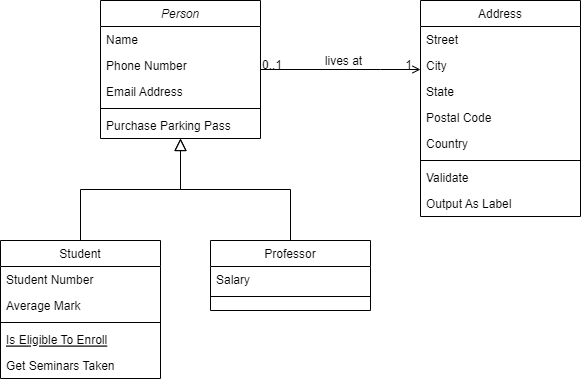
Before: Homeworks/Object_Oriented_Programming/diagram.png, a diagram exported from draw.io (ErdiPeker/Patika-Courses). Source tidied: cells renumbered, new cells last; positions are measured from the earlier drawing's top-left corner, leaving out a move shared by most shapes.
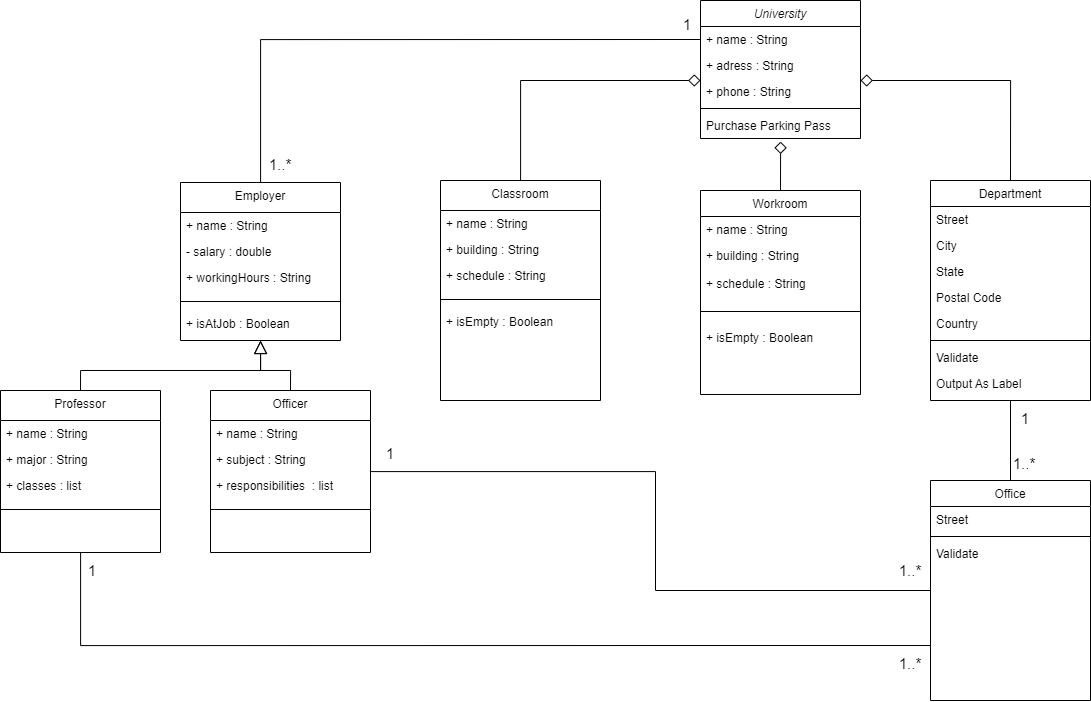
After the commit.

What changed in the source:
```diff
@@ -2,16 +2,16 @@
   <root>
     <mxCell id="0" />
     <mxCell id="1" parent="0" />
-    <mxCell id="2" value="Person" style="swimlane;fontStyle=2;align=center;verticalAlign=top;horizontal=1;startSize=26;swimlaneFillColor=#ffffff;rounded=0;shadow=0;strokeWidth=1;" parent="1" vertex="1">
-      <mxGeometry x="100" width="160" height="138" as="geometry" />
+    <mxCell id="2" value="University" style="swimlane;fontStyle=2;align=center;verticalAlign=top;horizontal=1;startSize=26;swimlaneFillColor=#ffffff;rounded=0;shadow=0;strokeWidth=1;" parent="1" vertex="1">
+      <mxGeometry x="60" y="-110" width="160" height="138" as="geometry" />
     </mxCell>
-    <mxCell id="3" value="Name" style="text;strokeColor=none;fillColor=none;align=left;verticalAlign=top;spacingLeft=4;spacingRight=4;overflow=hidden;points=[[0,0.5],[1,0.5]];portConstraint=eastwest;" parent="2" vertex="1">
+    <mxCell id="3" value="+ name : String" style="text;strokeColor=none;fillColor=none;align=left;verticalAlign=top;spacingLeft=4;spacingRight=4;overflow=hidden;points=[[0,0.5],[1,0.5]];portConstraint=eastwest;" parent="2" vertex="1">
       <mxGeometry y="26" width="160" height="26" as="geometry" />
     </mxCell>
-    <mxCell id="4" value="Phone Number" style="text;strokeColor=none;fillColor=none;align=left;verticalAlign=top;spacingLeft=4;spacingRight=4;overflow=hidden;rounded=0;shadow=0;html=0;" parent="2" vertex="1">
+    <mxCell id="4" value="+ adress : String&#10;" style="text;strokeColor=none;fillColor=none;align=left;verticalAlign=top;spacingLeft=4;spacingRight=4;overflow=hidden;rounded=0;shadow=0;html=0;" parent="2" vertex="1">
       <mxGeometry y="52" width="160" height="26" as="geometry" />
     </mxCell>
-    <mxCell id="5" value="Email Address" style="text;strokeColor=none;fillColor=none;align=left;verticalAlign=top;spacingLeft=4;spacingRight=4;overflow=hidden;points=[[0,0.5],[1,0.5]];portConstraint=eastwest;rounded=0;shadow=0;html=0;" parent="2" vertex="1">
+    <mxCell id="5" value="+ phone : String" style="text;strokeColor=none;fillColor=none;align=left;verticalAlign=top;spacingLeft=4;spacingRight=4;overflow=hidden;points=[[0,0.5],[1,0.5]];portConstraint=eastwest;rounded=0;shadow=0;html=0;" parent="2" vertex="1">
       <mxGeometry y="78" width="160" height="26" as="geometry" />
     </mxCell>
     <mxCell id="6" style="line;html=1;strokeWidth=1;fillColor=none;align=left;verticalAlign=middle;spacingTop=-1;spacingLeft=3;spacingRight=3;labelPosition=right;" parent="2" vertex="1">
@@ -20,46 +20,65 @@
     <mxCell id="7" value="Purchase Parking Pass" style="text;strokeColor=none;fillColor=none;align=left;verticalAlign=top;spacingLeft=4;spacingRight=4;overflow=hidden;" parent="2" vertex="1">
       <mxGeometry y="112" width="160" height="26" as="geometry" />
     </mxCell>
+    <mxCell id="32" style="edgeStyle=orthogonalEdgeStyle;rounded=0;jettySize=auto;html=1;endArrow=diamond;endFill=0;endSize=10;" parent="1" edge="1" source="8" target="5">
+      <mxGeometry relative="1" as="geometry">
+        <Array as="points">
+          <mxPoint x="-120" y="-30" />
+        </Array>
+      </mxGeometry>
+    </mxCell>
-    <mxCell id="8" value="Student" style="swimlane;fontStyle=0;align=center;verticalAlign=top;horizontal=1;startSize=26;swimlaneFillColor=#ffffff;rounded=0;shadow=0;strokeWidth=1;" parent="1" vertex="1">
-      <mxGeometry y="240" width="160" height="138" as="geometry" />
+    <mxCell id="8" value="Classroom" style="swimlane;fontStyle=0;align=center;verticalAlign=top;horizontal=1;startSize=30;swimlaneFillColor=#ffffff;rounded=0;shadow=0;strokeWidth=1;" parent="1" vertex="1">
+      <mxGeometry x="-200" y="70" width="160" height="220" as="geometry" />
     </mxCell>
-    <mxCell id="9" value="Student Number" style="text;strokeColor=none;fillColor=none;align=left;verticalAlign=top;spacingLeft=4;spacingRight=4;overflow=hidden;" parent="8" vertex="1">
-      <mxGeometry y="26" width="160" height="26" as="geometry" />
+    <mxCell id="9" value="+ name : String" style="text;strokeColor=none;fillColor=none;align=left;verticalAlign=top;spacingLeft=4;spacingRight=4;overflow=hidden;" parent="8" vertex="1">
+      <mxGeometry y="30" width="160" height="26" as="geometry" />
     </mxCell>
-    <mxCell id="10" value="Average Mark" style="text;strokeColor=none;fillColor=none;align=left;verticalAlign=top;spacingLeft=4;spacingRight=4;overflow=hidden;rounded=0;shadow=0;html=0;" parent="8" vertex="1">
-      <mxGeometry y="52" width="160" height="26" as="geometry" />
+    <mxCell id="10" value="+ building : String" style="text;strokeColor=none;fillColor=none;align=left;verticalAlign=top;spacingLeft=4;spacingRight=4;overflow=hidden;rounded=0;shadow=0;html=0;" parent="8" vertex="1">
+      <mxGeometry y="56" width="160" height="26" as="geometry" />
     </mxCell>
+    <mxCell id="33" value="+ schedule : String" style="text;strokeColor=none;fillColor=none;align=left;verticalAlign=top;spacingLeft=4;spacingRight=4;overflow=hidden;rounded=0;shadow=0;html=0;" parent="8" vertex="1">
+      <mxGeometry y="82" width="160" height="28" as="geometry" />
+    </mxCell>
     <mxCell id="11" style="line;html=1;strokeWidth=1;fillColor=none;align=left;verticalAlign=middle;spacingTop=-1;spacingLeft=3;spacingRight=3;labelPosition=right;" parent="8" vertex="1">
-      <mxGeometry y="78" width="160" height="8" as="geometry" />
+      <mxGeometry y="110" width="160" height="18" as="geometry" />
     </mxCell>
-    <mxCell id="12" value="Is Eligible To Enroll" style="text;strokeColor=none;fillColor=none;align=left;verticalAlign=top;spacingLeft=4;spacingRight=4;overflow=hidden;fontStyle=4;" parent="8" vertex="1">
-      <mxGeometry y="86" width="160" height="26" as="geometry" />
-    </mxCell>
-    <mxCell id="13" value="Get Seminars Taken" style="text;strokeColor=none;fillColor=none;align=left;verticalAlign=top;spacingLeft=4;spacingRight=4;overflow=hidden;" parent="8" vertex="1">
-      <mxGeometry y="112" width="160" height="26" as="geometry" />
-    </mxCell>
-    <mxCell id="14" style="endArrow=block;endSize=10;endFill=0;shadow=0;strokeWidth=1;edgeStyle=orthogonalEdgeStyle;rounded=0;" parent="1" edge="1" source="8" target="2">
-      <mxGeometry relative="1" as="geometry">
-        <Array as="points">
-          <mxPoint x="80" y="189" />
-          <mxPoint x="180" y="189" />
-        </Array>
-      </mxGeometry>
-    </mxCell>
+    <mxCell id="34" value="+ isEmpty : Boolean" style="text;strokeColor=none;fillColor=none;align=left;verticalAlign=top;spacingLeft=4;spacingRight=4;overflow=hidden;rounded=0;shadow=0;html=0;" parent="8" vertex="1">
+      <mxGeometry y="128" width="160" height="26" as="geometry" />
+    </mxCell>
-    <mxCell id="15" value="Professor" style="swimlane;fontStyle=0;align=center;verticalAlign=top;horizontal=1;startSize=26;swimlaneFillColor=#ffffff;rounded=0;shadow=0;strokeWidth=1;" parent="1" vertex="1">
-      <mxGeometry x="210" y="240" width="160" height="70" as="geometry" />
+    <mxCell id="15" value="Workroom" style="swimlane;fontStyle=0;align=center;verticalAlign=top;horizontal=1;startSize=26;swimlaneFillColor=#ffffff;rounded=0;shadow=0;strokeWidth=1;" parent="1" vertex="1">
+      <mxGeometry x="60" y="80" width="160" height="204" as="geometry" />
     </mxCell>
-    <mxCell id="16" value="Salary" style="text;strokeColor=none;fillColor=none;align=left;verticalAlign=top;spacingLeft=4;spacingRight=4;overflow=hidden;" parent="15" vertex="1">
+    <mxCell id="16" value="+ name : String" style="text;strokeColor=none;fillColor=none;align=left;verticalAlign=top;spacingLeft=4;spacingRight=4;overflow=hidden;" parent="15" vertex="1">
       <mxGeometry y="26" width="160" height="26" as="geometry" />
     </mxCell>
+    <mxCell id="35" value="+ building : String" style="text;strokeColor=none;fillColor=none;align=left;verticalAlign=top;spacingLeft=4;spacingRight=4;overflow=hidden;" parent="15" vertex="1">
+      <mxGeometry y="52" width="160" height="28" as="geometry" />
+    </mxCell>
+    <mxCell id="36" value="+ schedule : String" style="text;strokeColor=none;fillColor=none;align=left;verticalAlign=top;spacingLeft=4;spacingRight=4;overflow=hidden;rounded=0;shadow=0;html=0;" parent="15" vertex="1">
+      <mxGeometry y="80" width="160" height="28" as="geometry" />
+    </mxCell>
     <mxCell id="17" style="line;html=1;strokeWidth=1;fillColor=none;align=left;verticalAlign=middle;spacingTop=-1;spacingLeft=3;spacingRight=3;labelPosition=right;" parent="15" vertex="1">
-      <mxGeometry y="52" width="160" height="8" as="geometry" />
+      <mxGeometry y="108" width="160" height="26" as="geometry" />
     </mxCell>
+    <mxCell id="37" value="+ isEmpty : Boolean" style="text;strokeColor=none;fillColor=none;align=left;verticalAlign=top;spacingLeft=4;spacingRight=4;overflow=hidden;rounded=0;shadow=0;html=0;" parent="15" vertex="1">
+      <mxGeometry y="134" width="160" height="26" as="geometry" />
+    </mxCell>
-    <mxCell id="18" style="endArrow=block;endSize=10;endFill=0;shadow=0;strokeWidth=1;edgeStyle=orthogonalEdgeStyle;rounded=0;" parent="1" edge="1" source="15" target="2">
-      <mxGeometry relative="1" as="geometry" />
+    <mxCell id="18" style="endArrow=diamond;endSize=10;endFill=0;shadow=0;strokeWidth=1;edgeStyle=orthogonalEdgeStyle;rounded=0;exitX=0.5;exitY=0;exitDx=0;exitDy=0;" parent="1" edge="1" source="15">
+      <mxGeometry relative="1" as="geometry">
+        <mxPoint x="140" y="30" as="targetPoint" />
+        <Array as="points">
+          <mxPoint x="140" y="31" />
+        </Array>
+      </mxGeometry>
     </mxCell>
+    <mxCell id="38" style="edgeStyle=orthogonalEdgeStyle;rounded=0;jettySize=auto;html=1;exitX=0.5;exitY=0;exitDx=0;exitDy=0;endArrow=diamond;endFill=0;endSize=10;entryX=1;entryY=0.077;entryDx=0;entryDy=0;entryPerimeter=0;" parent="1" edge="1" source="19" target="5">
+      <mxGeometry relative="1" as="geometry" />
+    </mxCell>
+    <mxCell id="39" style="edgeStyle=orthogonalEdgeStyle;rounded=0;jettySize=auto;html=1;endArrow=none;endFill=0;endSize=10;strokeColor=default;" parent="1" edge="1" source="19" target="40">
+      <mxGeometry relative="1" as="geometry" />
+    </mxCell>
-    <mxCell id="19" value="Address" style="swimlane;fontStyle=0;align=center;verticalAlign=top;horizontal=1;startSize=26;swimlaneFillColor=#ffffff;rounded=0;shadow=0;strokeWidth=1;" parent="1" vertex="1">
-      <mxGeometry x="420" width="160" height="216" as="geometry" />
+    <mxCell id="19" value="Department" style="swimlane;fontStyle=0;align=center;verticalAlign=top;horizontal=1;startSize=26;swimlaneFillColor=#ffffff;rounded=0;shadow=0;strokeWidth=1;" parent="1" vertex="1">
+      <mxGeometry x="290" y="70" width="160" height="220" as="geometry" />
     </mxCell>
     <mxCell id="20" value="Street" style="text;strokeColor=none;fillColor=none;align=left;verticalAlign=top;spacingLeft=4;spacingRight=4;overflow=hidden;" parent="19" vertex="1">
       <mxGeometry y="26" width="160" height="26" as="geometry" />
@@ -85,31 +104,119 @@
     <mxCell id="27" value="Output As Label" style="text;strokeColor=none;fillColor=none;align=left;verticalAlign=top;spacingLeft=4;spacingRight=4;overflow=hidden;" parent="19" vertex="1">
       <mxGeometry y="190" width="160" height="26" as="geometry" />
     </mxCell>
-    <mxCell id="28" style="endArrow=open;edgeStyle=orthogonalEdgeStyle;shadow=0;strokeWidth=1;strokeColor=#000000;rounded=0;endFill=1;" parent="1" edge="1">
-      <mxGeometry x="0.5" y="41" relative="1" as="geometry">
-        <mxPoint x="260" y="69" as="sourcePoint" />
-        <mxPoint x="420" y="69" as="targetPoint" />
-        <Array as="points">
-          <mxPoint x="380" y="69" />
-          <mxPoint x="380" y="69" />
-        </Array>
-        <mxPoint x="-40" y="32" as="offset" />
-      </mxGeometry>
-    </mxCell>
-    <mxCell id="29" value="0..1" style="align=left;verticalAlign=bottom;labelBackgroundColor=none;fontSize=12;" parent="28" vertex="1">
-      <mxGeometry x="-1" relative="1" as="geometry">
-        <mxPoint y="4" as="offset" />
-      </mxGeometry>
-    </mxCell>
-    <mxCell id="30" value="1" style="align=right;verticalAlign=bottom;labelBackgroundColor=none;fontSize=12;" parent="28" vertex="1">
-      <mxGeometry x="1" relative="1" as="geometry">
-        <mxPoint x="-7" y="4" as="offset" />
-      </mxGeometry>
-    </mxCell>
-    <mxCell id="31" value="lives at" style="text;html=1;align=center;verticalAlign=middle;labelBackgroundColor=none;rounded=0;shadow=0;strokeWidth=1;fontSize=12;" parent="28" vertex="1">
-      <mxGeometry x="0.5" y="49" relative="1" as="geometry">
-        <mxPoint x="-38" y="40" as="offset" />
-      </mxGeometry>
-    </mxCell>
+    <mxCell id="40" value="Office" style="swimlane;fontStyle=0;align=center;verticalAlign=top;horizontal=1;startSize=26;swimlaneFillColor=#ffffff;rounded=0;shadow=0;strokeWidth=1;" parent="1" vertex="1">
+      <mxGeometry x="290" y="370" width="160" height="220" as="geometry" />
+    </mxCell>
+    <mxCell id="41" value="Street" style="text;strokeColor=none;fillColor=none;align=left;verticalAlign=top;spacingLeft=4;spacingRight=4;overflow=hidden;" parent="40" vertex="1">
+      <mxGeometry y="26" width="160" height="26" as="geometry" />
+    </mxCell>
+    <mxCell id="42" style="line;html=1;strokeWidth=1;fillColor=none;align=left;verticalAlign=middle;spacingTop=-1;spacingLeft=3;spacingRight=3;labelPosition=right;" parent="40" vertex="1">
+      <mxGeometry y="52" width="160" height="8" as="geometry" />
+    </mxCell>
+    <mxCell id="43" value="Validate" style="text;strokeColor=none;fillColor=none;align=left;verticalAlign=top;spacingLeft=4;spacingRight=4;overflow=hidden;" parent="40" vertex="1">
+      <mxGeometry y="60" width="160" height="26" as="geometry" />
+    </mxCell>
+    <mxCell id="44" value="&lt;font style=&quot;font-size: 15px;&quot;&gt;1&lt;/font&gt;" style="rounded=0;whiteSpace=wrap;html=1;strokeColor=none;" parent="1" vertex="1">
+      <mxGeometry x="375" y="294" width="20" height="27" as="geometry" />
+    </mxCell>
+    <mxCell id="45" value="&lt;font style=&quot;font-size: 15px;&quot;&gt;1..*&lt;/font&gt;" style="rounded=0;whiteSpace=wrap;html=1;strokeColor=none;" parent="1" vertex="1">
+      <mxGeometry x="374" y="340" width="20" height="27" as="geometry" />
+    </mxCell>
+    <mxCell id="46" style="edgeStyle=orthogonalEdgeStyle;rounded=0;jettySize=auto;html=1;strokeColor=default;fontSize=15;endArrow=none;endFill=0;endSize=10;entryX=0;entryY=0.5;entryDx=0;entryDy=0;" parent="1" edge="1" source="49" target="3">
+      <mxGeometry relative="1" as="geometry" />
+    </mxCell>
+    <mxCell id="47" style="edgeStyle=orthogonalEdgeStyle;rounded=0;jettySize=auto;html=1;entryX=0.5;entryY=0;entryDx=0;entryDy=0;strokeColor=default;fontSize=15;endArrow=none;endFill=0;endSize=10;startArrow=block;startFill=0;startSize=11;" parent="1" edge="1" target="62">
+      <mxGeometry relative="1" as="geometry">
+        <mxPoint x="-380" y="230" as="sourcePoint" />
+        <Array as="points">
+          <mxPoint x="-380" y="260" />
+          <mxPoint x="-560" y="260" />
+        </Array>
+      </mxGeometry>
+    </mxCell>
+    <mxCell id="48" style="edgeStyle=orthogonalEdgeStyle;rounded=0;jettySize=auto;html=1;entryX=0.5;entryY=0;entryDx=0;entryDy=0;strokeColor=default;fontSize=15;endArrow=none;endFill=0;endSize=10;startArrow=block;startFill=0;startSize=11;" parent="1" edge="1" source="49" target="56">
+      <mxGeometry relative="1" as="geometry" />
+    </mxCell>
+    <mxCell id="49" value="Employer" style="swimlane;fontStyle=0;align=center;verticalAlign=top;horizontal=1;startSize=30;swimlaneFillColor=#ffffff;rounded=0;shadow=0;strokeWidth=1;" parent="1" vertex="1">
+      <mxGeometry x="-460" y="72" width="160" height="158" as="geometry" />
+    </mxCell>
+    <mxCell id="50" value="+ name : String" style="text;strokeColor=none;fillColor=none;align=left;verticalAlign=top;spacingLeft=4;spacingRight=4;overflow=hidden;" parent="49" vertex="1">
+      <mxGeometry y="30" width="160" height="26" as="geometry" />
+    </mxCell>
+    <mxCell id="51" value="- salary : double" style="text;strokeColor=none;fillColor=none;align=left;verticalAlign=top;spacingLeft=4;spacingRight=4;overflow=hidden;rounded=0;shadow=0;html=0;" parent="49" vertex="1">
+      <mxGeometry y="56" width="160" height="26" as="geometry" />
+    </mxCell>
+    <mxCell id="52" value="+ workingHours : String" style="text;strokeColor=none;fillColor=none;align=left;verticalAlign=top;spacingLeft=4;spacingRight=4;overflow=hidden;rounded=0;shadow=0;html=0;" parent="49" vertex="1">
+      <mxGeometry y="82" width="160" height="28" as="geometry" />
+    </mxCell>
+    <mxCell id="53" style="line;html=1;strokeWidth=1;fillColor=none;align=left;verticalAlign=middle;spacingTop=-1;spacingLeft=3;spacingRight=3;labelPosition=right;" parent="49" vertex="1">
+      <mxGeometry y="110" width="160" height="18" as="geometry" />
+    </mxCell>
+    <mxCell id="54" value="+ isAtJob : Boolean" style="text;strokeColor=none;fillColor=none;align=left;verticalAlign=top;spacingLeft=4;spacingRight=4;overflow=hidden;rounded=0;shadow=0;html=0;" parent="49" vertex="1">
+      <mxGeometry y="128" width="160" height="26" as="geometry" />
+    </mxCell>
+    <mxCell id="55" style="edgeStyle=orthogonalEdgeStyle;rounded=0;jettySize=auto;html=1;entryX=0;entryY=0.5;entryDx=0;entryDy=0;strokeColor=default;fontSize=15;startArrow=none;startFill=0;endArrow=none;endFill=0;startSize=11;endSize=10;" parent="1" edge="1" source="56" target="40">
+      <mxGeometry relative="1" as="geometry">
+        <Array as="points">
+          <mxPoint x="15" y="361" />
+          <mxPoint x="15" y="480" />
+        </Array>
+      </mxGeometry>
+    </mxCell>
+    <mxCell id="56" value="Officer" style="swimlane;fontStyle=0;align=center;verticalAlign=top;horizontal=1;startSize=30;swimlaneFillColor=#ffffff;rounded=0;shadow=0;strokeWidth=1;" parent="1" vertex="1">
+      <mxGeometry x="-430" y="280" width="160" height="162" as="geometry" />
+    </mxCell>
+    <mxCell id="57" value="+ name : String" style="text;strokeColor=none;fillColor=none;align=left;verticalAlign=top;spacingLeft=4;spacingRight=4;overflow=hidden;" parent="56" vertex="1">
+      <mxGeometry y="30" width="160" height="26" as="geometry" />
+    </mxCell>
+    <mxCell id="58" value="+ subject : String" style="text;strokeColor=none;fillColor=none;align=left;verticalAlign=top;spacingLeft=4;spacingRight=4;overflow=hidden;rounded=0;shadow=0;html=0;" parent="56" vertex="1">
+      <mxGeometry y="56" width="160" height="26" as="geometry" />
+    </mxCell>
+    <mxCell id="59" value="+ responsibilities  : list" style="text;strokeColor=none;fillColor=none;align=left;verticalAlign=top;spacingLeft=4;spacingRight=4;overflow=hidden;rounded=0;shadow=0;html=0;" parent="56" vertex="1">
+      <mxGeometry y="82" width="160" height="28" as="geometry" />
+    </mxCell>
+    <mxCell id="60" style="line;html=1;strokeWidth=1;fillColor=none;align=left;verticalAlign=middle;spacingTop=-1;spacingLeft=3;spacingRight=3;labelPosition=right;" parent="56" vertex="1">
+      <mxGeometry y="110" width="160" height="18" as="geometry" />
+    </mxCell>
+    <mxCell id="61" style="edgeStyle=orthogonalEdgeStyle;rounded=0;jettySize=auto;html=1;entryX=0;entryY=0.75;entryDx=0;entryDy=0;strokeColor=default;fontSize=15;startArrow=none;startFill=0;endArrow=none;endFill=0;startSize=11;endSize=10;" parent="1" edge="1" source="62" target="40">
+      <mxGeometry relative="1" as="geometry">
+        <Array as="points">
+          <mxPoint x="-560" y="535" />
+        </Array>
+      </mxGeometry>
+    </mxCell>
+    <mxCell id="62" value="Professor" style="swimlane;fontStyle=0;align=center;verticalAlign=top;horizontal=1;startSize=30;swimlaneFillColor=#ffffff;rounded=0;shadow=0;strokeWidth=1;" parent="1" vertex="1">
+      <mxGeometry x="-640" y="280" width="160" height="162" as="geometry" />
+    </mxCell>
+    <mxCell id="63" value="+ name : String" style="text;strokeColor=none;fillColor=none;align=left;verticalAlign=top;spacingLeft=4;spacingRight=4;overflow=hidden;" parent="62" vertex="1">
+      <mxGeometry y="30" width="160" height="26" as="geometry" />
+    </mxCell>
+    <mxCell id="64" value="+ major : String" style="text;strokeColor=none;fillColor=none;align=left;verticalAlign=top;spacingLeft=4;spacingRight=4;overflow=hidden;rounded=0;shadow=0;html=0;" parent="62" vertex="1">
+      <mxGeometry y="56" width="160" height="26" as="geometry" />
+    </mxCell>
+    <mxCell id="65" value="+ classes : list" style="text;strokeColor=none;fillColor=none;align=left;verticalAlign=top;spacingLeft=4;spacingRight=4;overflow=hidden;rounded=0;shadow=0;html=0;" parent="62" vertex="1">
+      <mxGeometry y="82" width="160" height="28" as="geometry" />
+    </mxCell>
+    <mxCell id="66" style="line;html=1;strokeWidth=1;fillColor=none;align=left;verticalAlign=middle;spacingTop=-1;spacingLeft=3;spacingRight=3;labelPosition=right;" parent="62" vertex="1">
+      <mxGeometry y="110" width="160" height="18" as="geometry" />
+    </mxCell>
+    <mxCell id="67" value="&lt;font style=&quot;font-size: 15px;&quot;&gt;1&lt;/font&gt;" style="rounded=0;whiteSpace=wrap;html=1;strokeColor=none;" parent="1" vertex="1">
+      <mxGeometry x="37" y="-100" width="20" height="27" as="geometry" />
+    </mxCell>
+    <mxCell id="68" value="&lt;font style=&quot;font-size: 15px;&quot;&gt;1..*&lt;/font&gt;" style="rounded=0;whiteSpace=wrap;html=1;strokeColor=none;" parent="1" vertex="1">
+      <mxGeometry x="-370" y="40" width="20" height="27" as="geometry" />
+    </mxCell>
+    <mxCell id="69" value="&lt;font style=&quot;font-size: 15px;&quot;&gt;1&lt;/font&gt;" style="rounded=0;whiteSpace=wrap;html=1;strokeColor=none;" parent="1" vertex="1">
+      <mxGeometry x="-260" y="330" width="20" height="27" as="geometry" />
+    </mxCell>
+    <mxCell id="70" value="&lt;font style=&quot;font-size: 15px;&quot;&gt;1..*&lt;/font&gt;" style="rounded=0;whiteSpace=wrap;html=1;strokeColor=none;" parent="1" vertex="1">
+      <mxGeometry x="260" y="540" width="20" height="27" as="geometry" />
+    </mxCell>
+    <mxCell id="71" value="&lt;font style=&quot;font-size: 15px;&quot;&gt;1&lt;/font&gt;" style="rounded=0;whiteSpace=wrap;html=1;strokeColor=none;" parent="1" vertex="1">
+      <mxGeometry x="-558" y="446" width="20" height="27" as="geometry" />
+    </mxCell>
+    <mxCell id="72" value="&lt;font style=&quot;font-size: 15px;&quot;&gt;1..*&lt;/font&gt;" style="rounded=0;whiteSpace=wrap;html=1;strokeColor=none;" parent="1" vertex="1">
+      <mxGeometry x="260" y="446" width="20" height="27" as="geometry" />
+    </mxCell>
   </root>
 </mxGraphModel>
```
